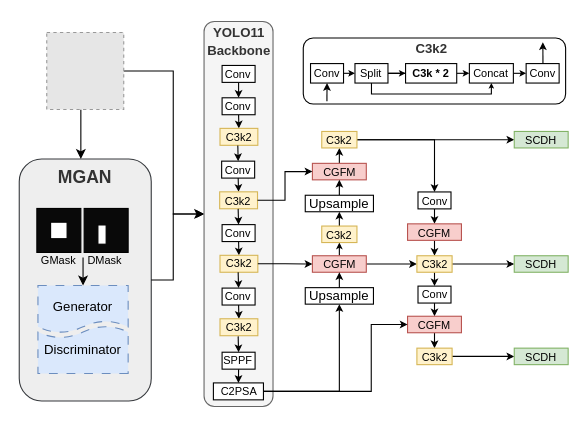
This is page "Page-1" (1 of 6) of Untitled Diagram.drawio from xuhuide/learngit, a draw.io file, before an edit. Source tidied: cells renumbered, new cells numbered last; positions are measured from the earlier drawing's top-left corner, leaving out a move shared by most shapes. Both pictures are drawn from the tidied source at 110%, with x=0, y=0 at pixel (19, 19). Pictures stored in the file or linked from it are replaced by grey dashed boxes.
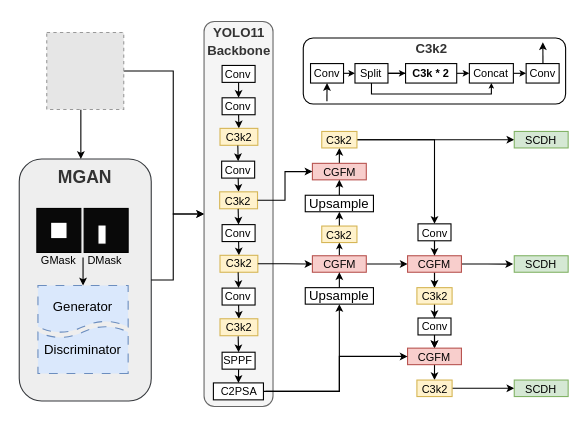
The same diagram, later.

Unchanged cells that the change refers to:
```xml
<mxCell id="4" value="&lt;span style=&quot;font-size: 10px;&quot;&gt;CGFM&lt;/span&gt;" style="rounded=0;whiteSpace=wrap;html=1;fillColor=#f8cecc;strokeColor=#b85450;" parent="1" vertex="1">
  <mxGeometry x="266.5" y="215" width="49" height="15" as="geometry" />
</mxCell>
<mxCell id="18" value="&lt;font style=&quot;font-size: 10px;&quot;&gt;DMask&lt;/font&gt;" style="text;strokeColor=none;align=center;fillColor=none;html=1;verticalAlign=middle;whiteSpace=wrap;rounded=0;" parent="9" vertex="1">
  <mxGeometry x="42" y="42" width="40" height="10" as="geometry" />
</mxCell>
<mxCell id="19" style="group;" parent="1" vertex="1">
  <mxGeometry x="17" y="2" width="269" height="365" as="geometry" />
</mxCell>
<mxCell id="23" style="rounded=1;whiteSpace=wrap;html=1;fillColor=#f5f5f5;fontColor=#333333;strokeColor=#666666;" parent="22" vertex="1">
  <mxGeometry width="62.7" height="350" as="geometry" />
</mxCell>
<mxCell id="45" value="&lt;span style=&quot;font-size: 10px;&quot;&gt;C2PSA&lt;/span&gt;" style="rounded=0;whiteSpace=wrap;html=1;" parent="22" vertex="1">
  <mxGeometry x="8.5" y="328.6" width="45.5" height="15.4" as="geometry" />
</mxCell>
<mxCell id="46" style="group;" parent="19" vertex="1">
  <mxGeometry y="10" width="83" height="310" as="geometry" />
</mxCell>
<mxCell id="50" style="shape=document;whiteSpace=wrap;html=1;boundedLbl=1;size=0.25;fillColor=#dae8fc;strokeColor=#6c8ebf;dashed=1;dashPattern=8 8;" parent="49" vertex="1">
  <mxGeometry width="82" height="43" as="geometry" />
</mxCell>
<mxCell id="81" value="&lt;span style=&quot;font-size: 10px;&quot;&gt;SCDH&lt;/span&gt;" style="rounded=0;whiteSpace=wrap;html=1;fillColor=#d5e8d4;strokeColor=#82b366;" parent="1" vertex="1">
  <mxGeometry x="450" y="215" width="49" height="15" as="geometry" />
</mxCell>
```

Change to the diagram source:
```diff
@@
-    <mxCell id="3" style="edgeStyle=orthogonalEdgeStyle;rounded=0;jettySize=auto;html=1;exitX=1;exitY=0.5;exitDx=0;exitDy=0;entryX=0;entryY=0.5;entryDx=0;entryDy=0;endSize=4;" parent="1" edge="1" source="4" target="72">
-      <mxGeometry relative="1" as="geometry" />
-    </mxCell>
+    <mxCell id="99" style="edgeStyle=orthogonalEdgeStyle;rounded=0;jettySize=auto;html=1;exitX=1;exitY=0.5;exitDx=0;exitDy=0;endSize=4;" parent="1" edge="1" source="4" target="69">
+      <mxGeometry relative="1" as="geometry" />
+    </mxCell>
@@
-    <mxCell id="20" style="edgeStyle=orthogonalEdgeStyle;rounded=0;jettySize=auto;html=1;exitX=1;exitY=0.5;exitDx=0;exitDy=0;entryX=0;entryY=0.5;entryDx=0;entryDy=0;" parent="19" edge="1" target="23">
+    <mxCell id="20" style="edgeStyle=orthogonalEdgeStyle;rounded=0;jettySize=auto;html=1;exitX=1;exitY=0.5;exitDx=0;exitDy=0;entryX=0;entryY=0.5;entryDx=0;entryDy=0;endSize=4;" parent="19" edge="1" target="23">
       <mxGeometry relative="1" as="geometry">
         <mxPoint x="74" y="45" as="sourcePoint" />
         <Array as="points">
           <mxPoint x="123" y="45" />
           <mxPoint x="123" y="175" />
         </Array>
       </mxGeometry>
     </mxCell>
@@
-    <mxCell id="47" style="edgeStyle=orthogonalEdgeStyle;rounded=0;orthogonalLoop=1;jettySize=auto;html=1;" parent="46" edge="1">
+    <mxCell id="47" style="edgeStyle=orthogonalEdgeStyle;rounded=0;orthogonalLoop=1;jettySize=auto;html=1;endSize=4;" parent="46" edge="1">
       <mxGeometry relative="1" as="geometry">
         <mxPoint x="39" y="70" as="sourcePoint" />
         <mxPoint x="39" y="115" as="targetPoint" />
       </mxGeometry>
     </mxCell>
@@
+    <mxCell id="100" style="edgeStyle=orthogonalEdgeStyle;rounded=0;jettySize=auto;html=1;endSize=4;" parent="1" edge="1" source="67" target="76">
+      <mxGeometry relative="1" as="geometry" />
+    </mxCell>
     <mxCell id="67" value="&lt;font style=&quot;font-size: 10px;&quot;&gt;C&lt;span style=&quot;background-color: transparent; color: light-dark(rgb(0, 0, 0), rgb(255, 255, 255));&quot;&gt;onv&lt;/span&gt;&lt;/font&gt;" style="rounded=0;whiteSpace=wrap;html=1;" parent="1" vertex="1">
-      <mxGeometry x="362.5" y="157" width="30" height="15.4" as="geometry" />
+      <mxGeometry x="362.5" y="186" width="30" height="15.4" as="geometry" />
     </mxCell>
@@
+    <mxCell id="101" style="edgeStyle=orthogonalEdgeStyle;rounded=0;jettySize=auto;html=1;exitX=1;exitY=0.5;exitDx=0;exitDy=0;endSize=4;" parent="1" edge="1" source="69">
+      <mxGeometry relative="1" as="geometry">
+        <mxPoint x="449" y="222.6" as="targetPoint" />
+      </mxGeometry>
+    </mxCell>
     <mxCell id="69" value="&lt;span style=&quot;font-size: 10px;&quot;&gt;CGFM&lt;/span&gt;" style="rounded=0;whiteSpace=wrap;html=1;fillColor=#f8cecc;strokeColor=#b85450;" parent="1" vertex="1">
-      <mxGeometry x="353" y="186" width="49" height="15" as="geometry" />
+      <mxGeometry x="353" y="215" width="49" height="15" as="geometry" />
     </mxCell>
@@
-    <mxCell id="71" style="edgeStyle=orthogonalEdgeStyle;rounded=0;jettySize=auto;html=1;exitX=1;exitY=0.5;exitDx=0;exitDy=0;endSize=4;" parent="1" edge="1" source="72" target="81">
-      <mxGeometry relative="1" as="geometry" />
-    </mxCell>
     <mxCell id="72" value="&lt;span style=&quot;font-size: 10px;&quot;&gt;C3k2&lt;/span&gt;" style="rounded=0;whiteSpace=wrap;html=1;fillColor=#fff2cc;strokeColor=#d6b656;" parent="1" vertex="1">
-      <mxGeometry x="361.5" y="215" width="32" height="15" as="geometry" />
+      <mxGeometry x="361.5" y="244" width="32" height="15" as="geometry" />
     </mxCell>
@@
     <mxCell id="74" value="&lt;font style=&quot;font-size: 10px;&quot;&gt;C&lt;span style=&quot;background-color: transparent; color: light-dark(rgb(0, 0, 0), rgb(255, 255, 255));&quot;&gt;onv&lt;/span&gt;&lt;/font&gt;" style="rounded=0;whiteSpace=wrap;html=1;" parent="1" vertex="1">
-      <mxGeometry x="362.5" y="242.6" width="30" height="15.4" as="geometry" />
+      <mxGeometry x="362.5" y="271.6" width="30" height="15.4" as="geometry" />
     </mxCell>
@@
     <mxCell id="76" value="&lt;span style=&quot;font-size: 10px;&quot;&gt;CGFM&lt;/span&gt;" style="rounded=0;whiteSpace=wrap;html=1;fillColor=#f8cecc;strokeColor=#b85450;" parent="1" vertex="1">
-      <mxGeometry x="353" y="270" width="49" height="15" as="geometry" />
+      <mxGeometry x="353" y="299" width="49" height="15" as="geometry" />
     </mxCell>
@@
     <mxCell id="78" value="&lt;span style=&quot;font-size: 10px;&quot;&gt;C3k2&lt;/span&gt;" style="rounded=0;whiteSpace=wrap;html=1;fillColor=#fff2cc;strokeColor=#d6b656;" parent="1" vertex="1">
-      <mxGeometry x="361.5" y="299" width="32" height="15" as="geometry" />
+      <mxGeometry x="361.5" y="328" width="32" height="15" as="geometry" />
     </mxCell>
-    <mxCell id="79" style="edgeStyle=orthogonalEdgeStyle;rounded=0;jettySize=auto;html=1;exitX=1;exitY=0.5;exitDx=0;exitDy=0;entryX=0;entryY=0.5;entryDx=0;entryDy=0;endSize=4;" parent="1" edge="1" source="45" target="76">
-      <mxGeometry relative="1" as="geometry">
-        <Array as="points">
-          <mxPoint x="320" y="338" />
-          <mxPoint x="320" y="278" />
-        </Array>
-      </mxGeometry>
-    </mxCell>
@@
     <mxCell id="82" value="&lt;span style=&quot;font-size: 10px;&quot;&gt;SCDH&lt;/span&gt;" style="rounded=0;whiteSpace=wrap;html=1;fillColor=#d5e8d4;strokeColor=#82b366;" parent="1" vertex="1">
-      <mxGeometry x="450" y="299" width="49" height="15" as="geometry" />
+      <mxGeometry x="450" y="328" width="49" height="15" as="geometry" />
     </mxCell>
-    <mxCell id="83" style="edgeStyle=orthogonalEdgeStyle;rounded=0;jettySize=auto;html=1;exitX=0;exitY=0.25;exitDx=0;exitDy=0;entryX=0.5;entryY=0;entryDx=0;entryDy=0;" parent="1" edge="1" source="18" target="50">
+    <mxCell id="83" style="edgeStyle=orthogonalEdgeStyle;rounded=0;jettySize=auto;html=1;exitX=0;exitY=0.25;exitDx=0;exitDy=0;entryX=0.5;entryY=0;entryDx=0;entryDy=0;endSize=4;" parent="1" edge="1" source="18" target="50">
       <mxGeometry relative="1" as="geometry" />
     </mxCell>
@@
+    <mxCell id="102" style="edgeStyle=orthogonalEdgeStyle;rounded=0;orthogonalLoop=1;jettySize=auto;html=1;exitX=1;exitY=0.5;exitDx=0;exitDy=0;entryX=0;entryY=0.5;entryDx=0;entryDy=0;endSize=4;" parent="1" edge="1">
+      <mxGeometry relative="1" as="geometry">
+        <mxPoint x="224" y="338.3" as="sourcePoint" />
+        <mxPoint x="353" y="306.5" as="targetPoint" />
+        <Array as="points">
+          <mxPoint x="291" y="338" />
+          <mxPoint x="291" y="307" />
+        </Array>
+      </mxGeometry>
+    </mxCell>
```
